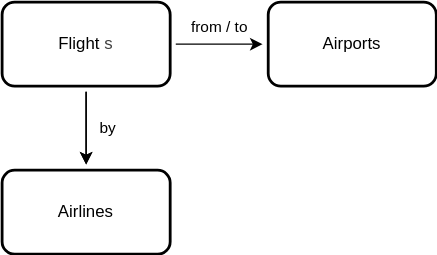
Earlier version of the draw.io export _docs/data-service.drawio.svg (capire/xflights). Source tidied: cells renumbered, new cells last; positions are measured from the earlier drawing's top-left corner, leaving out a move shared by most shapes.
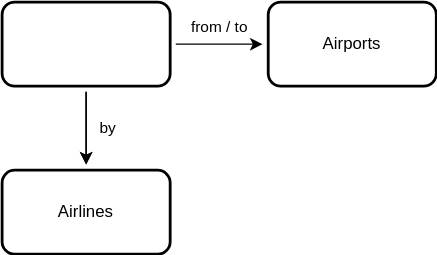
The same file after the commit.

The edit, as a diff of the source:
```diff
@@ -11,7 +11,7 @@
     <mxCell id="4" style="edgeStyle=orthogonalEdgeStyle;rounded=0;jettySize=auto;html=1;" parent="1" edge="1" source="5" target="6">
       <mxGeometry relative="1" as="geometry" />
     </mxCell>
-    <mxCell id="5" value="Flight&lt;span style=&quot;color: rgb(63, 63, 63); background-color: transparent;&quot;&gt;s&lt;/span&gt;" style="rounded=1;whiteSpace=wrap;html=1;strokeWidth=2;perimeterSpacing=4;" parent="1" vertex="1">
+    <mxCell id="5" style="rounded=1;whiteSpace=wrap;html=1;strokeWidth=2;perimeterSpacing=4;" parent="1" vertex="1">
       <mxGeometry width="120" height="60" as="geometry" />
     </mxCell>
     <mxCell id="6" value="Airlines" style="rounded=1;whiteSpace=wrap;html=1;strokeWidth=2;perimeterSpacing=4;" parent="1" vertex="1">
```
